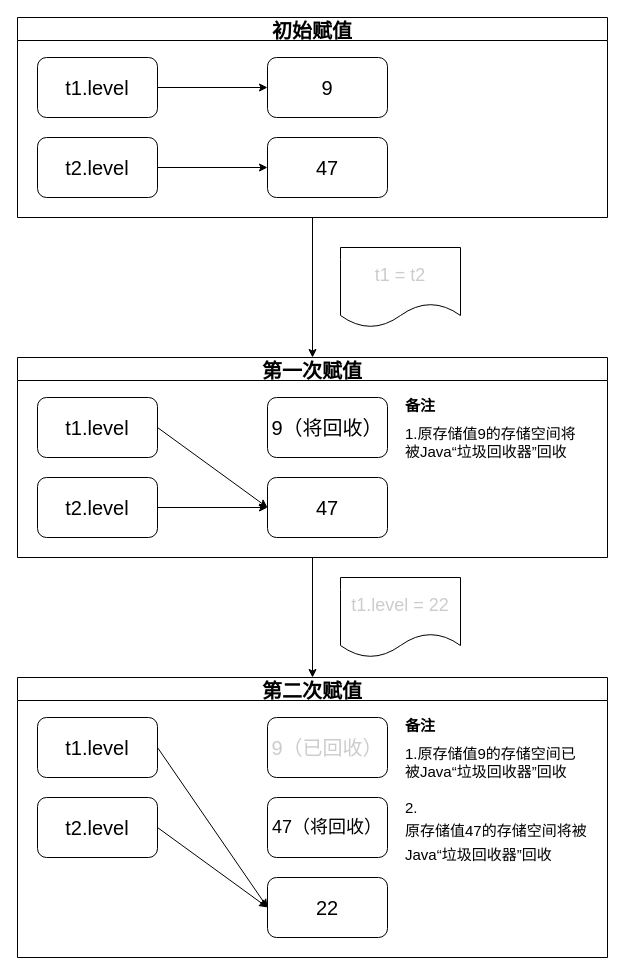
Before: Thinking in Java/IMG/别名现象解析.drawio in Toyzcool/Note, a draw.io diagram. Source tidied: cells renumbered, new cells numbered last; positions are measured from the earlier drawing's top-left corner, leaving out a move shared by most shapes. Both pictures are drawn from the tidied source at 100%, with x=0, y=0 at pixel (17, 17).
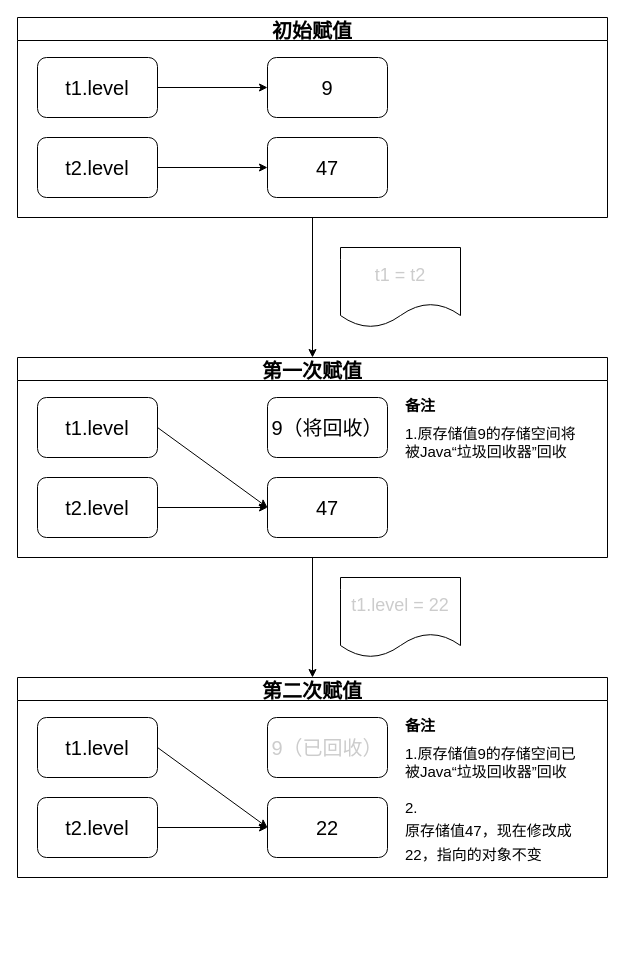
After the change.

Change to the diagram source:
```diff
@@
     <mxCell id="19" value="第二次赋值" style="swimlane;fontSize=20;" parent="1" vertex="1">
-      <mxGeometry y="660" width="590" height="280" as="geometry" />
+      <mxGeometry y="660" width="590" height="200" as="geometry" />
     </mxCell>
@@
-    <mxCell id="25" value="47（将回收）" style="rounded=1;whiteSpace=wrap;html=1;fontSize=18;" parent="19" vertex="1">
-      <mxGeometry x="250" y="120" width="120" height="60" as="geometry" />
-    </mxCell>
-    <mxCell id="26" value="&lt;h1 style=&quot;font-size: 15px&quot;&gt;&lt;font style=&quot;font-size: 15px&quot;&gt;备注&lt;/font&gt;&lt;/h1&gt;&lt;div style=&quot;font-size: 15px&quot;&gt;&lt;font style=&quot;font-size: 15px&quot;&gt;1.原存储值9的存储空间已被Java“垃圾回收器”回收&lt;/font&gt;&lt;/div&gt;&lt;div style=&quot;font-size: 15px&quot;&gt;&lt;font style=&quot;font-size: 15px&quot;&gt;&lt;br&gt;&lt;/font&gt;&lt;/div&gt;&lt;div style=&quot;font-size: 15px&quot;&gt;&lt;font style=&quot;font-size: 15px&quot;&gt;2.&lt;/font&gt;&lt;/div&gt;&lt;span style=&quot;font-size: 15px&quot;&gt;原存储值47的存储空间将被Java“垃圾回收器”回收&lt;/span&gt;" style="text;html=1;strokeColor=none;fillColor=none;spacing=5;spacingTop=-20;whiteSpace=wrap;overflow=hidden;rounded=0;fontSize=20;" parent="19" vertex="1">
+    <mxCell id="26" value="&lt;h1 style=&quot;font-size: 15px&quot;&gt;&lt;font style=&quot;font-size: 15px&quot;&gt;备注&lt;/font&gt;&lt;/h1&gt;&lt;div style=&quot;font-size: 15px&quot;&gt;&lt;font style=&quot;font-size: 15px&quot;&gt;1.原存储值9的存储空间已被Java“垃圾回收器”回收&lt;/font&gt;&lt;/div&gt;&lt;div style=&quot;font-size: 15px&quot;&gt;&lt;font style=&quot;font-size: 15px&quot;&gt;&lt;br&gt;&lt;/font&gt;&lt;/div&gt;&lt;div style=&quot;font-size: 15px&quot;&gt;&lt;font style=&quot;font-size: 15px&quot;&gt;2.&lt;/font&gt;&lt;/div&gt;&lt;span style=&quot;font-size: 15px&quot;&gt;原存储值47，现在修改成22，指向的对象不变&lt;/span&gt;" style="text;html=1;strokeColor=none;fillColor=none;spacing=5;spacingTop=-20;whiteSpace=wrap;overflow=hidden;rounded=0;fontSize=20;" parent="19" vertex="1">
       <mxGeometry x="383" y="40" width="190" height="170" as="geometry" />
     </mxCell>
     <mxCell id="27" value="22" style="rounded=1;whiteSpace=wrap;html=1;fontSize=20;" parent="19" vertex="1">
-      <mxGeometry x="250" y="200" width="120" height="60" as="geometry" />
+      <mxGeometry x="250" y="120" width="120" height="60" as="geometry" />
     </mxCell>
```
